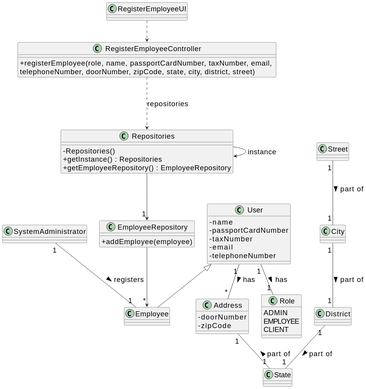
The PlantUML diagram docs/sprintB/us003/03.design/svg/us003-class-diagram.svg in Goncalves2525/real-estate-management-system, before a commit.
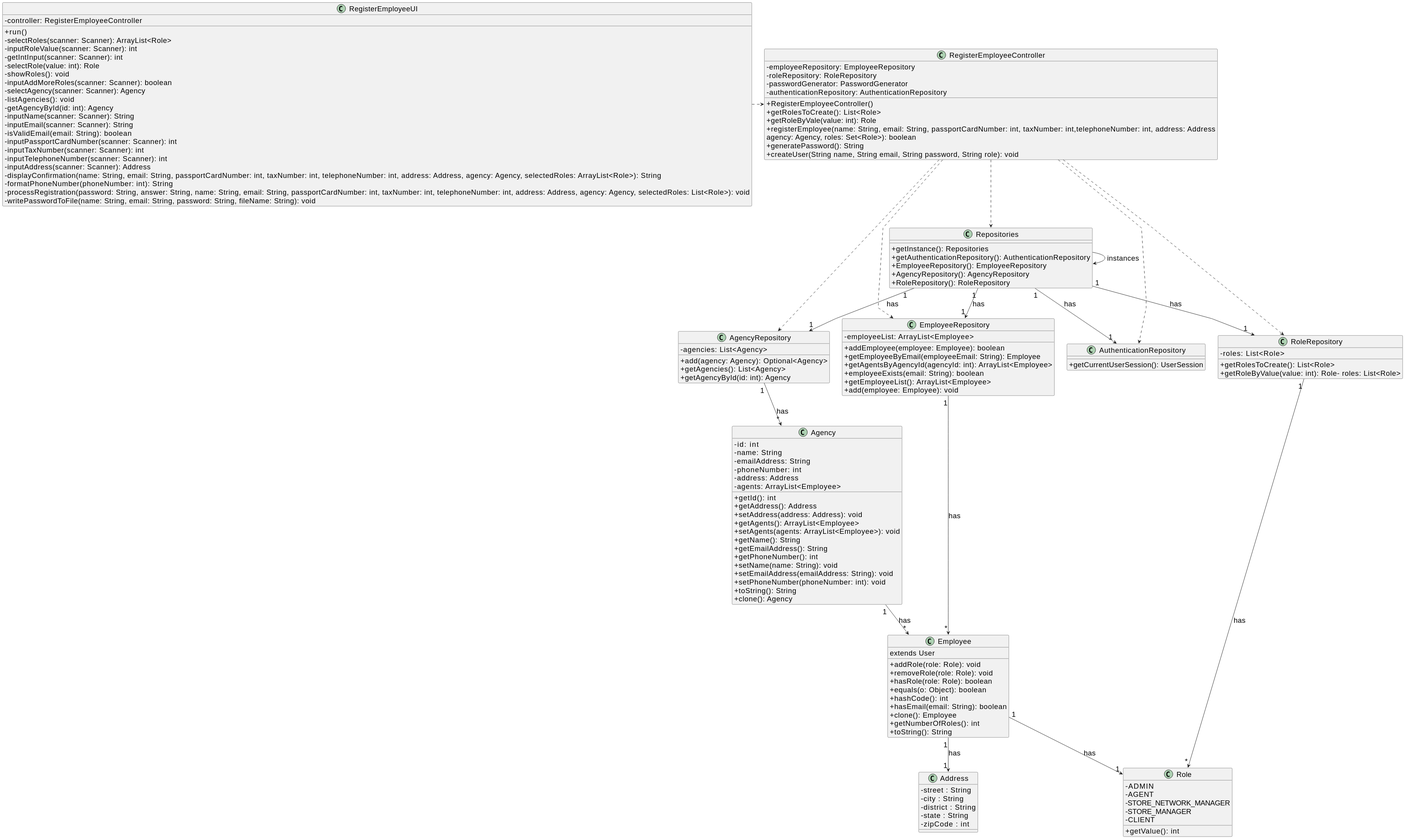
After the commit.

Diff of the diagram source:
```diff
@@ -3,77 +3,171 @@
 skinparam packageStyle rectangle
 skinparam shadowing false
 skinparam linetype polyline
+
+
+
 skinparam classAttributeIconSize 0
 
-class RegisterEmployeeController {
-    + registerEmployee(role, name, passportCardNumber, taxNumber, email, \ntelephoneNumber, doorNumber, zipCode, state, city, district, street)
+class Employee {
+extends User
+
++ addRole(role: Role): void
++ removeRole(role: Role): void
++ hasRole(role: Role): boolean
++ equals(o: Object): boolean
++ hashCode(): int
++ hasEmail(email: String): boolean
++ clone(): Employee
++ getNumberOfRoles(): int
++ toString(): String
 }
 
+
+
 class EmployeeRepository {
-    + addEmployee(employee)
+- employeeList: ArrayList<Employee>
+
++ addEmployee(employee: Employee): boolean
++ getEmployeeByEmail(employeeEmail: String): Employee
++ getAgentsByAgencyId(agencyId: int): ArrayList<Employee>
++ employeeExists(email: String): boolean
++ getEmployeeList(): ArrayList<Employee>
++ add(employee: Employee): void
 }
 
-class Repositories {
-    - Repositories()
-    + getInstance() : Repositories
-    + getEmployeeRepository() : EmployeeRepository
+class AgencyRepository {
+- agencies: List<Agency>
+
++ add(agency: Agency): Optional<Agency>
++ getAgencies(): List<Agency>
++ getAgencyById(id: int): Agency
 }
 
-Repositories -down-> Repositories : instance
+class RoleRepository {
+- roles: List<Role>
+
++ getRolesToCreate(): List<Role>
++ getRoleByValue(value: int): Role- roles: List<Role>
+}
+
+
+
+class AuthenticationRepository{
++getCurrentUserSession(): UserSession
+}
+
+
+
+class Repositories {
++getInstance(): Repositories
++getAuthenticationRepository(): AuthenticationRepository
++EmployeeRepository(): EmployeeRepository
++AgencyRepository(): AgencyRepository
++RoleRepository(): RoleRepository
+}
+
+
+
+class RegisterEmployeeController {
+  -employeeRepository: EmployeeRepository
+  -roleRepository: RoleRepository
+  -passwordGenerator: PasswordGenerator
+  -authenticationRepository: AuthenticationRepository
+
+  +RegisterEmployeeController()
+  +getRolesToCreate(): List<Role>
+  +getRoleByVale(value: int): Role
+  +registerEmployee(name: String, email: String, passportCardNumber: int, taxNumber: int,telephoneNumber: int, address: Address
+  agency: Agency, roles: Set<Role>): boolean
+  +generatePassword(): String
+  +createUser(String name, String email, String password, String role): void
+}
+
+class Address{
+    - street : String
+    - city : String
+    - district : String
+    - state : String
+    - zipCode : int
+}
+
+class Role{
+    - ADMIN
+    - AGENT
+    - STORE_NETWORK_MANAGER
+    - STORE_MANAGER
+    - CLIENT
+
+    + getValue(): int
+}
+
+class Agency{
+    - id: int
+    - name: String
+    - emailAddress: String
+    - phoneNumber: int
+    - address: Address
+    - agents: ArrayList<Employee>
+
+    + getId(): int
+    + getAddress(): Address
+    + setAddress(address: Address): void
+    + getAgents(): ArrayList<Employee>
+    + setAgents(agents: ArrayList<Employee>): void
+    + getName(): String
+    + getEmailAddress(): String
+    + getPhoneNumber(): int
+    + setName(name: String): void
+    + setEmailAddress(emailAddress: String): void
+    + setPhoneNumber(phoneNumber: int): void
+    + toString(): String
+    + clone(): Agency
+}
 
 class RegisterEmployeeUI {
+
+
+- controller: RegisterEmployeeController
+
++ run()
+- selectRoles(scanner: Scanner): ArrayList<Role>
+- inputRoleValue(scanner: Scanner): int
+- getIntInput(scanner: Scanner): int
+- selectRole(value: int): Role
+- showRoles(): void
+- inputAddMoreRoles(scanner: Scanner): boolean
+- selectAgency(scanner: Scanner): Agency
+- listAgencies(): void
+- getAgencyById(id: int): Agency
+- inputName(scanner: Scanner): String
+- inputEmail(scanner: Scanner): String
+- isValidEmail(email: String): boolean
+- inputPassportCardNumber(scanner: Scanner): int
+- inputTaxNumber(scanner: Scanner): int
+- inputTelephoneNumber(scanner: Scanner): int
+- inputAddress(scanner: Scanner): Address
+- displayConfirmation(name: String, email: String, passportCardNumber: int, taxNumber: int, telephoneNumber: int, address: Address, agency: Agency, selectedRoles: ArrayList<Role>): String
+- formatPhoneNumber(phoneNumber: int): String
+- processRegistration(password: String, answer: String, name: String, email: String, passportCardNumber: int, taxNumber: int, telephoneNumber: int, address: Address, agency: Agency, selectedRoles: List<Role>): void
+- writePasswordToFile(name: String, email: String, password: String, fileName: String): void
 }
 
-RegisterEmployeeUI ..> RegisterEmployeeController
+Repositories -> Repositories : instances
+RegisterEmployeeUI .> RegisterEmployeeController
+RegisterEmployeeController ..> Repositories
+Repositories "1" --> "1" AuthenticationRepository : has
+Repositories "1" --> "1" EmployeeRepository : has
+Repositories "1" --> "1" AgencyRepository : has
+Repositories "1" --> "1" RoleRepository : has
+RegisterEmployeeController ..> EmployeeRepository
+RegisterEmployeeController ..> RoleRepository
+RegisterEmployeeController ..> AgencyRepository
+RegisterEmployeeController ..> AuthenticationRepository
+EmployeeRepository "1" --> "*" Employee : has
+AgencyRepository "1" --> "*" Agency : has
+RoleRepository "1" --> "*" Role : has
 
-RegisterEmployeeController ...> Repositories : repositories
-
-Repositories --> "1" EmployeeRepository
-
-EmployeeRepository --> "*" Employee
-
-class SystemAdministrator {
-}
-
-class User {
-    - name
-    - passportCardNumber
-    - taxNumber
-    - email
-    - telephoneNumber
-}
-
-class Employee extends User {
-}
-
-class Address {
-    - doorNumber
-    - zipCode
-}
-
-class Street {
-}
-
-class City {
-}
-
-class District {
-}
-
-class State {
-}
-
-class Role {
-    ADMIN
-    EMPLOYEE
-    CLIENT
-}
-
-SystemAdministrator "1" -- "1" Employee: registers >
-User "1" -- "*" Address: has >
-User "1" -- "1" Role: has >
-Address "1" -- "1" State: part of <
-Street "1" -- "1" City: part of >
-City "1" -- "1" District: part of >
-District "1" -- "1" State: part of >
+Employee "1" --> "1" Address : has
+Employee "1" --> "1" Role : has
+Agency "1" --> "*" Employee : has
 @enduml
```
